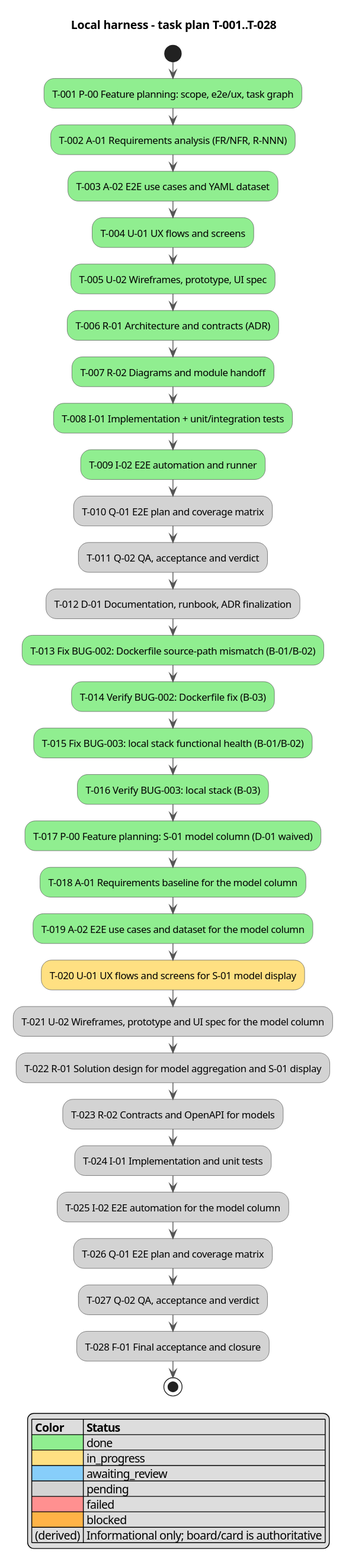
This is docs/activity.svg from serge-sasov/ai-task-tracker, a PlantUML export, as it was before one commit.
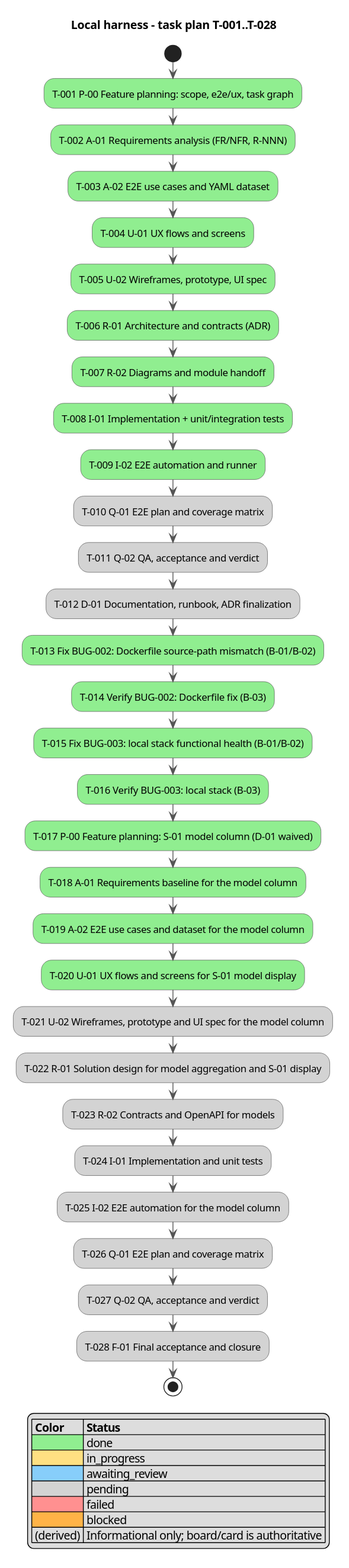
After the change.

Diff of the diagram source:
```diff
@@ -25,7 +25,7 @@
 :T-017 P-00 Feature planning: S-01 model column (D-01 waived); <<#90EE90>>
 :T-018 A-01 Requirements baseline for the model column; <<#90EE90>>
 :T-019 A-02 E2E use cases and dataset for the model column; <<#90EE90>>
-:T-020 U-01 UX flows and screens for S-01 model display; <<#FFE082>>
+:T-020 U-01 UX flows and screens for S-01 model display; <<#90EE90>>
 :T-021 U-02 Wireframes, prototype and UI spec for the model column; <<#D3D3D3>>
 :T-022 R-01 Solution design for model aggregation and S-01 display; <<#D3D3D3>>
 :T-023 R-02 Contracts and OpenAPI for models; <<#D3D3D3>>
```
